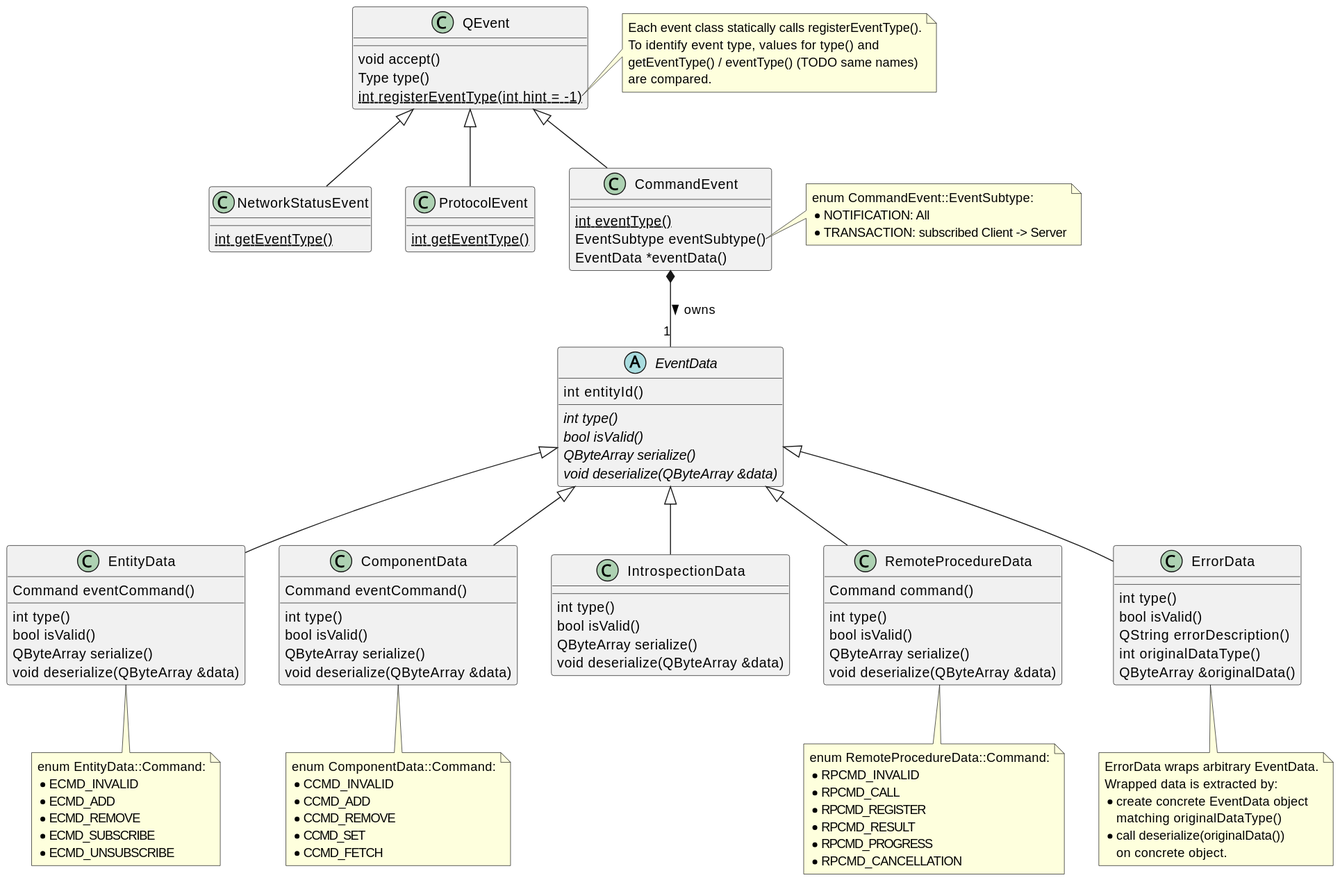
ZeraGmbH/vein-framework keeps this PlantUML diagram as framework/doc/class-diagram-events.svg. Above is the earlier version. Its diagram source:
```plantuml
@startuml
class QEvent {
    void accept()
    Type type()
    {static} int registerEventType(int hint = -1)
}
note right of QEvent::registerEventType
    Each event class statically calls registerEventType().
    To identify event type, values for type() and
    getEventType() / eventType() (TODO same names)
    are compared.
end note

class NetworkStatusEvent {
    {static} int getEventType()
}

class ProtocolEvent {
    {static} int getEventType()
}

class CommandEvent {
    {static} int eventType()
    EventSubtype eventSubtype()
    EventData *eventData()
}
note right of CommandEvent::eventSubtype
    enum CommandEvent::EventSubtype:
    * NOTIFICATION: All
    * TRANSACTION: subscribed Client -> Server
end note

NetworkStatusEvent -[hidden]> ProtocolEvent
ProtocolEvent -[hidden]> CommandEvent

abstract class EventData {
    {field} int entityId()
    {abstract} int type()
    {abstract} bool isValid()
    {abstract} QByteArray serialize()
    {abstract} void deserialize(QByteArray &data)
}

class EntityData {
    {field} Command eventCommand()
    int type()
    bool isValid()
    QByteArray serialize()
    void deserialize(QByteArray &data)
}
note bottom
    enum EntityData::Command:
    * ECMD_INVALID
    * ECMD_ADD
    * ECMD_REMOVE
    * ECMD_SUBSCRIBE
    * ECMD_UNSUBSCRIBE
end note

class ComponentData {
    {field} Command eventCommand()
    int type()
    bool isValid()
    QByteArray serialize()
    void deserialize(QByteArray &data)
}
note bottom
    enum ComponentData::Command:
    * CCMD_INVALID
    * CCMD_ADD
    * CCMD_REMOVE
    * CCMD_SET
    * CCMD_FETCH
end note

class IntrospectionData {
    int type()
    bool isValid()
    QByteArray serialize()
    void deserialize(QByteArray &data)
}

class RemoteProcedureData {
    {field} Command command()
    int type()
    bool isValid()
    QByteArray serialize()
    void deserialize(QByteArray &data)
}
note bottom
    enum RemoteProcedureData::Command:
    * RPCMD_INVALID
    * RPCMD_CALL
    * RPCMD_REGISTER
    * RPCMD_RESULT
    * RPCMD_PROGRESS
    * RPCMD_CANCELLATION
end note

class ErrorData {
    int type()
    bool isValid()
    QString errorDescription()
    int originalDataType()
    QByteArray &originalData()
}
note bottom
    ErrorData wraps arbitrary EventData.
    Wrapped data is extracted by:
    * create concrete EventData object
        matching originalDataType()
    * call deserialize(originalData())
        on concrete object.
end note

QEvent <|-- NetworkStatusEvent
QEvent <|-- ProtocolEvent
QEvent <|-- CommandEvent

CommandEvent *-- "1" EventData : owns >

EventData <|-- EntityData
EventData <|-- ComponentData
EventData <|-- IntrospectionData
EventData <|-- RemoteProcedureData
EventData <|-- ErrorData
@enduml
```
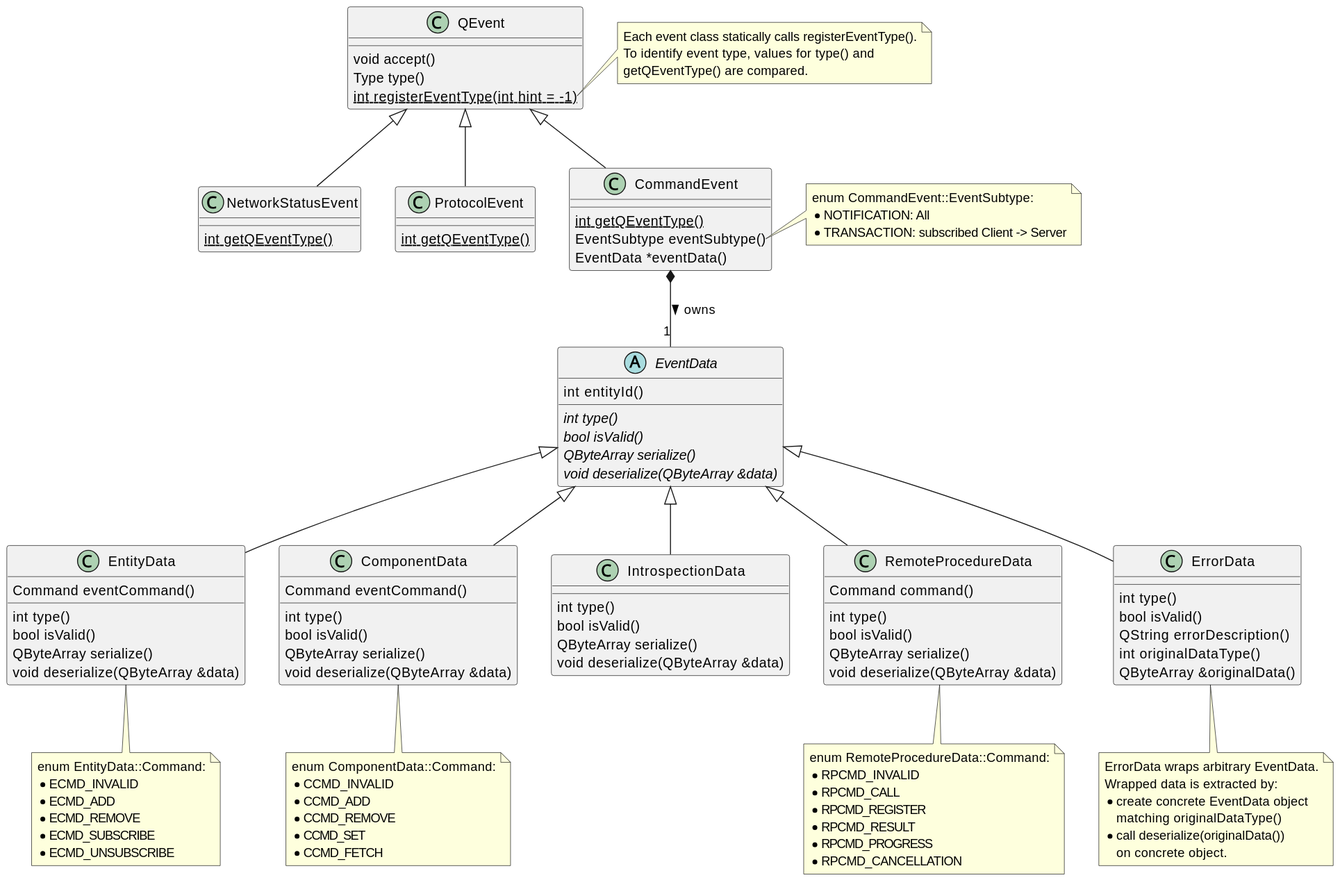
After the commit.

Change to the diagram source:
```diff
@@ -7,20 +7,19 @@
 note right of QEvent::registerEventType
     Each event class statically calls registerEventType().
     To identify event type, values for type() and
-    getEventType() / eventType() (TODO same names)
-    are compared.
+    getQEventType() are compared.
 end note
 
 class NetworkStatusEvent {
-    {static} int getEventType()
+    {static} int getQEventType()
 }
 
 class ProtocolEvent {
-    {static} int getEventType()
+    {static} int getQEventType()
 }
 
 class CommandEvent {
-    {static} int eventType()
+    {static} int getQEventType()
     EventSubtype eventSubtype()
     EventData *eventData()
 }
```
